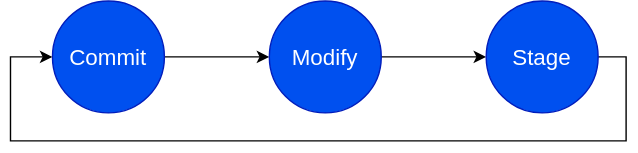
Above: content/post/git-2-theory/cycle.drawio.svg in nidrissi/web (draw.io), before the change. Source tidied: cells renumbered, new cells last; positions are measured from the earlier drawing's top-left corner, leaving out a move shared by most shapes.
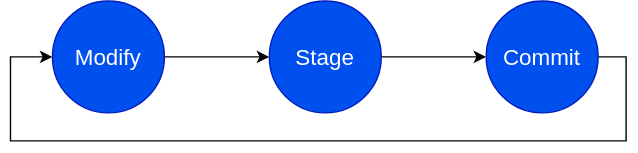
After the change.

Commit message:
max width & new diagram

What changed in the source:
```diff
@@ -5,13 +5,13 @@
     <mxCell id="2" style="edgeStyle=orthogonalEdgeStyle;rounded=0;jettySize=auto;html=1;curved=1;fontSize=16;" parent="1" edge="1" source="3" target="5">
       <mxGeometry relative="1" as="geometry" />
     </mxCell>
-    <mxCell id="3" value="Commit" style="ellipse;whiteSpace=wrap;html=1;fillColor=#0050ef;strokeColor=#001DBC;fontColor=#ffffff;fontSize=16;" parent="1" vertex="1">
+    <mxCell id="3" value="Modify" style="ellipse;whiteSpace=wrap;html=1;fillColor=#0050ef;strokeColor=#001DBC;fontColor=#ffffff;fontSize=16;" parent="1" vertex="1">
       <mxGeometry x="30" width="80" height="80" as="geometry" />
     </mxCell>
     <mxCell id="4" style="edgeStyle=orthogonalEdgeStyle;rounded=0;jettySize=auto;html=1;fontSize=16;" parent="1" edge="1" source="5" target="7">
       <mxGeometry relative="1" as="geometry" />
     </mxCell>
-    <mxCell id="5" value="Modify" style="ellipse;whiteSpace=wrap;html=1;fillColor=#0050ef;strokeColor=#001DBC;fontColor=#ffffff;fontSize=16;" parent="1" vertex="1">
+    <mxCell id="5" value="Stage" style="ellipse;whiteSpace=wrap;html=1;fillColor=#0050ef;strokeColor=#001DBC;fontColor=#ffffff;fontSize=16;" parent="1" vertex="1">
       <mxGeometry x="185" width="80" height="80" as="geometry" />
     </mxCell>
     <mxCell id="6" style="edgeStyle=orthogonalEdgeStyle;rounded=0;jettySize=auto;html=1;exitX=0.5;exitY=0;exitDx=0;exitDy=0;entryX=0;entryY=0.5;entryDx=0;entryDy=0;fontSize=16;" parent="1" edge="1" source="7" target="3">
@@ -24,7 +24,7 @@
         </Array>
       </mxGeometry>
     </mxCell>
-    <mxCell id="7" value="Stage" style="ellipse;whiteSpace=wrap;html=1;direction=south;fillColor=#0050ef;strokeColor=#001DBC;fontColor=#ffffff;fontSize=16;" parent="1" vertex="1">
+    <mxCell id="7" value="Commit" style="ellipse;whiteSpace=wrap;html=1;direction=south;fillColor=#0050ef;strokeColor=#001DBC;fontColor=#ffffff;fontSize=16;" parent="1" vertex="1">
       <mxGeometry x="340" width="80" height="80" as="geometry" />
     </mxCell>
   </root>
```
